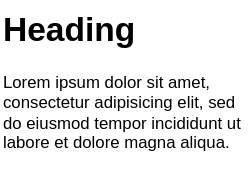
The draw.io diagram signum.drawio.svg in agsha/testwiki, before a commit. Source tidied: cells renumbered, new cells last; positions are measured from the earlier drawing's top-left corner, leaving out a move shared by most shapes. Its diagram source:
```xml
<mxGraphModel>
  <root>
    <mxCell id="0" />
    <mxCell id="1" parent="0" />
    <mxCell id="2" value="&lt;h1 style=&quot;margin-top: 0px;&quot;&gt;Heading&lt;/h1&gt;&lt;p&gt;Lorem ipsum dolor sit amet, consectetur adipisicing elit, sed do eiusmod tempor incididunt ut labore et dolore magna aliqua.&lt;/p&gt;" style="text;html=1;whiteSpace=wrap;overflow=hidden;rounded=0;" parent="1" vertex="1">
      <mxGeometry width="180" height="120" as="geometry" />
    </mxCell>
  </root>
</mxGraphModel>
```
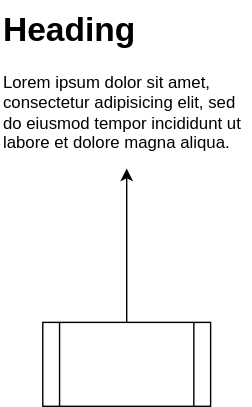
Later version of the same file.

Change to the diagram source:
```diff
@@ -5,5 +5,11 @@
     <mxCell id="2" value="&lt;h1 style=&quot;margin-top: 0px;&quot;&gt;Heading&lt;/h1&gt;&lt;p&gt;Lorem ipsum dolor sit amet, consectetur adipisicing elit, sed do eiusmod tempor incididunt ut labore et dolore magna aliqua.&lt;/p&gt;" style="text;html=1;whiteSpace=wrap;overflow=hidden;rounded=0;" parent="1" vertex="1">
       <mxGeometry width="180" height="120" as="geometry" />
     </mxCell>
+    <mxCell id="3" style="shape=process;whiteSpace=wrap;html=1;backgroundOutline=1;" parent="1" vertex="1">
+      <mxGeometry x="30" y="230" width="120" height="60" as="geometry" />
+    </mxCell>
+    <mxCell id="4" style="endArrow=classic;html=1;rounded=0;exitX=0.5;exitY=0;exitDx=0;exitDy=0;entryX=0.5;entryY=1;entryDx=0;entryDy=0;" parent="1" edge="1" source="3" target="2">
+      <mxGeometry relative="1" as="geometry" />
+    </mxCell>
   </root>
 </mxGraphModel>
```
